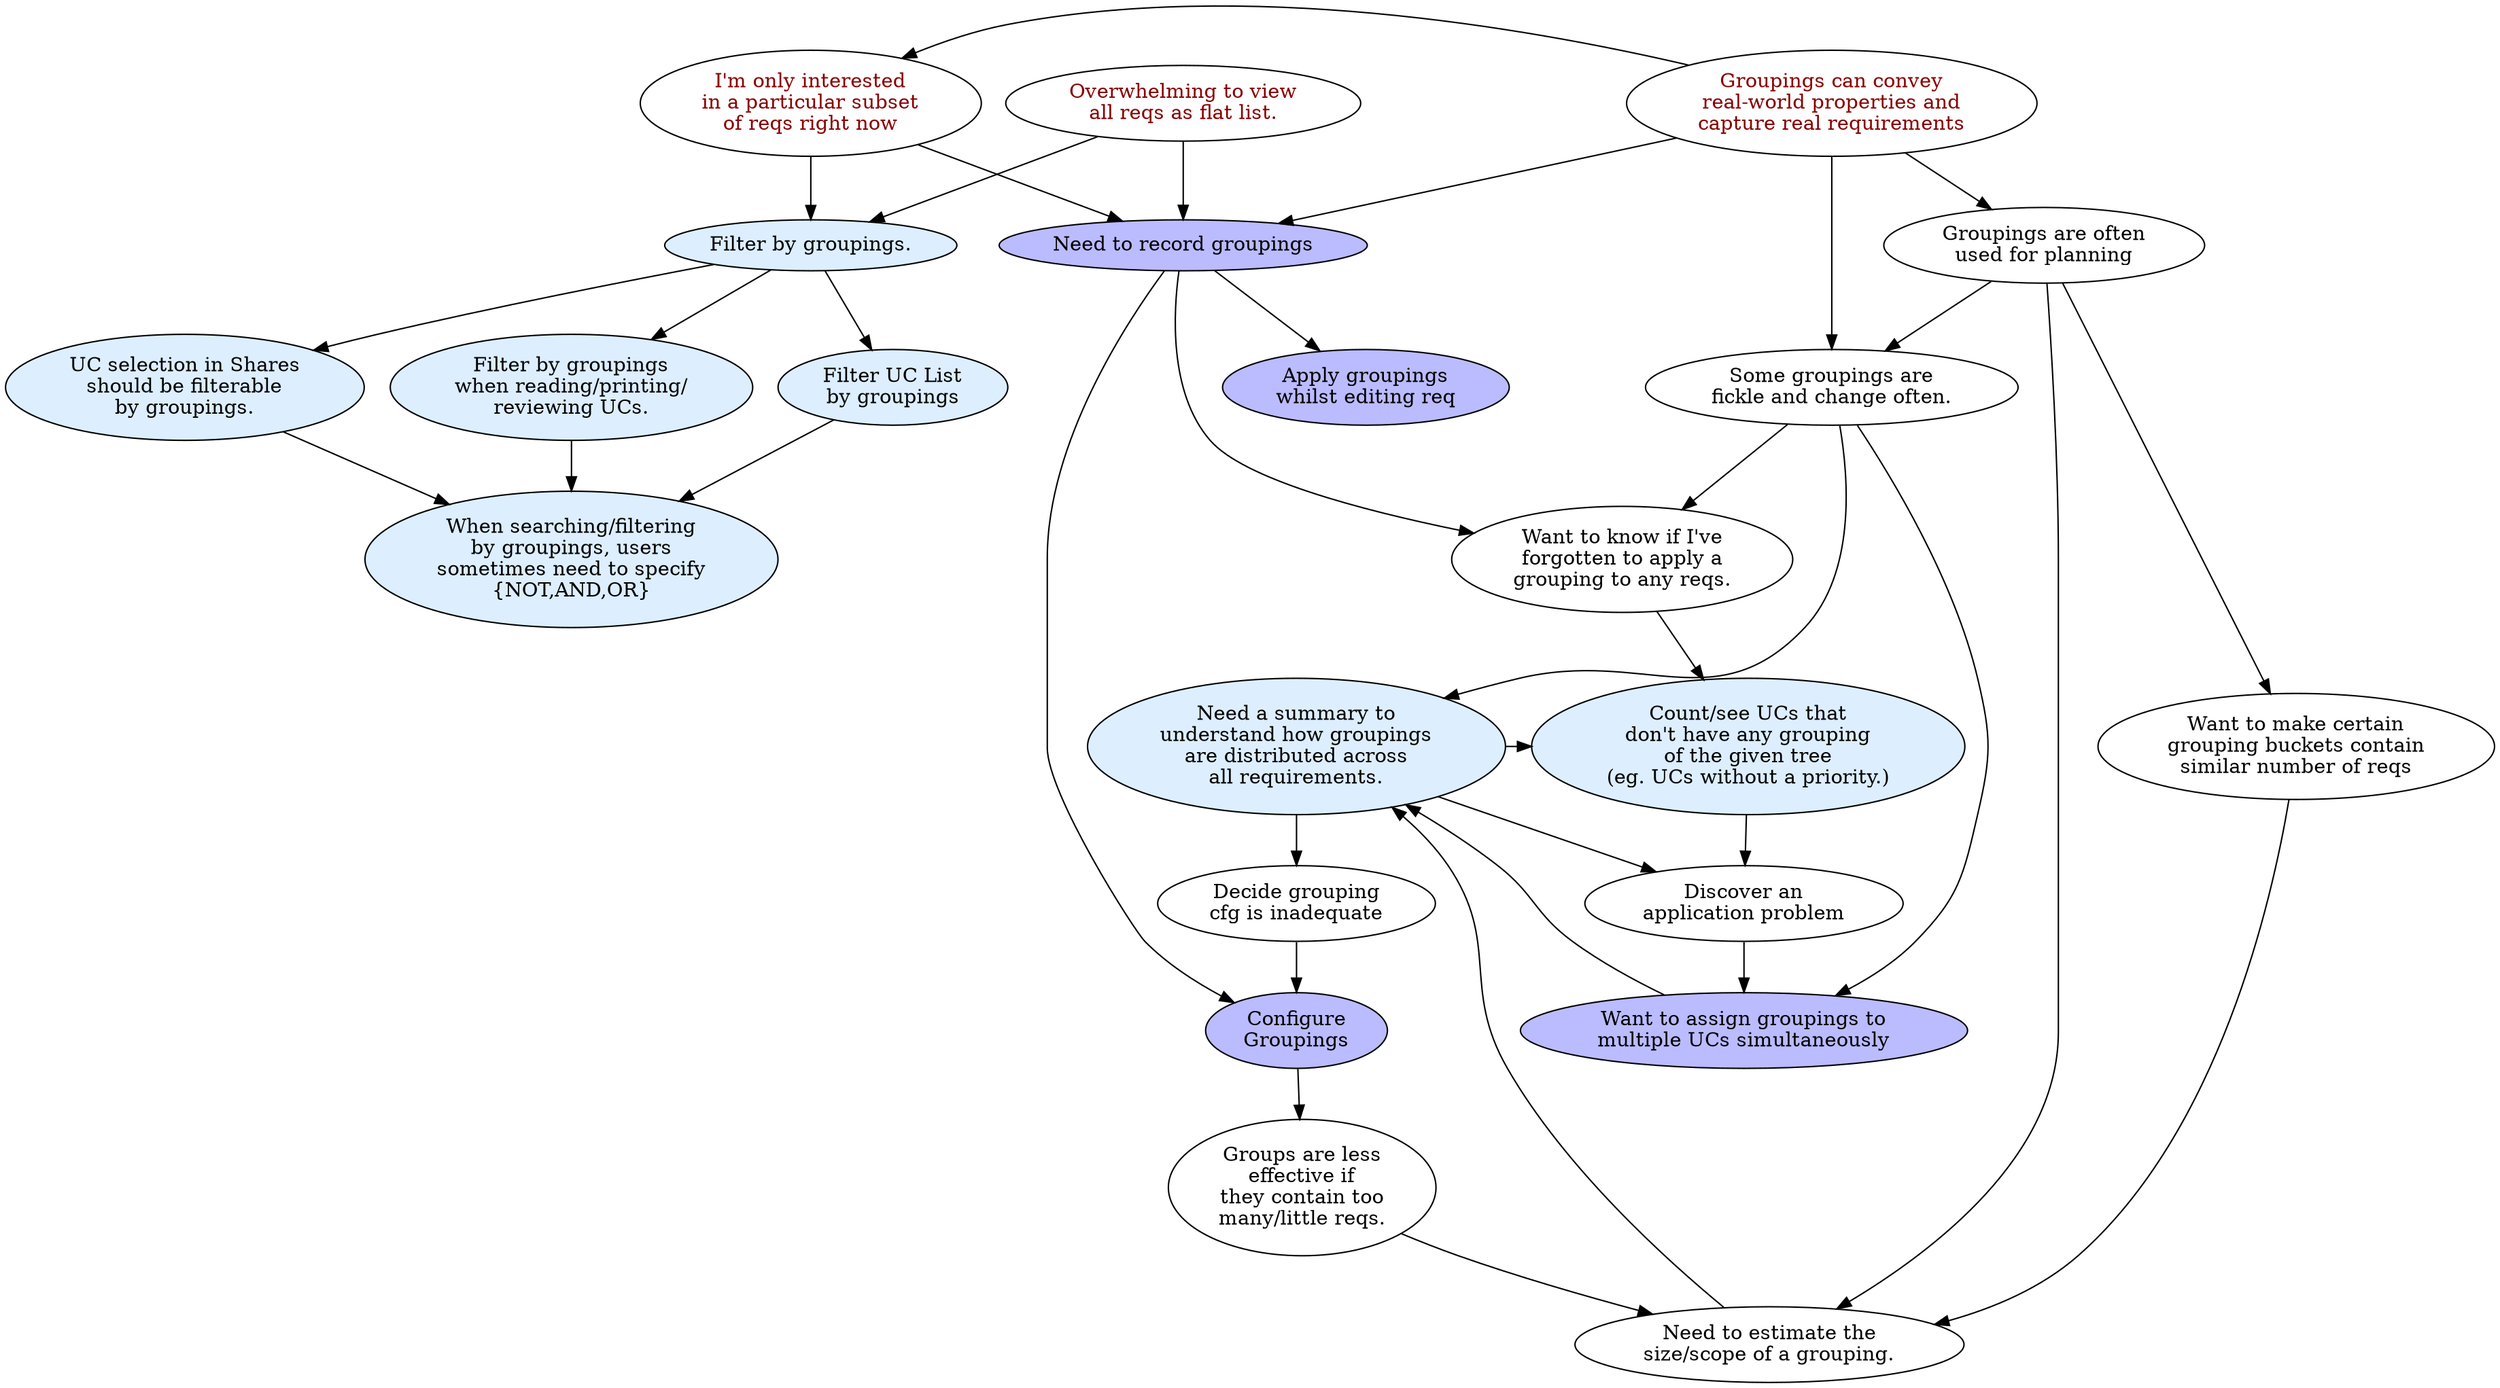
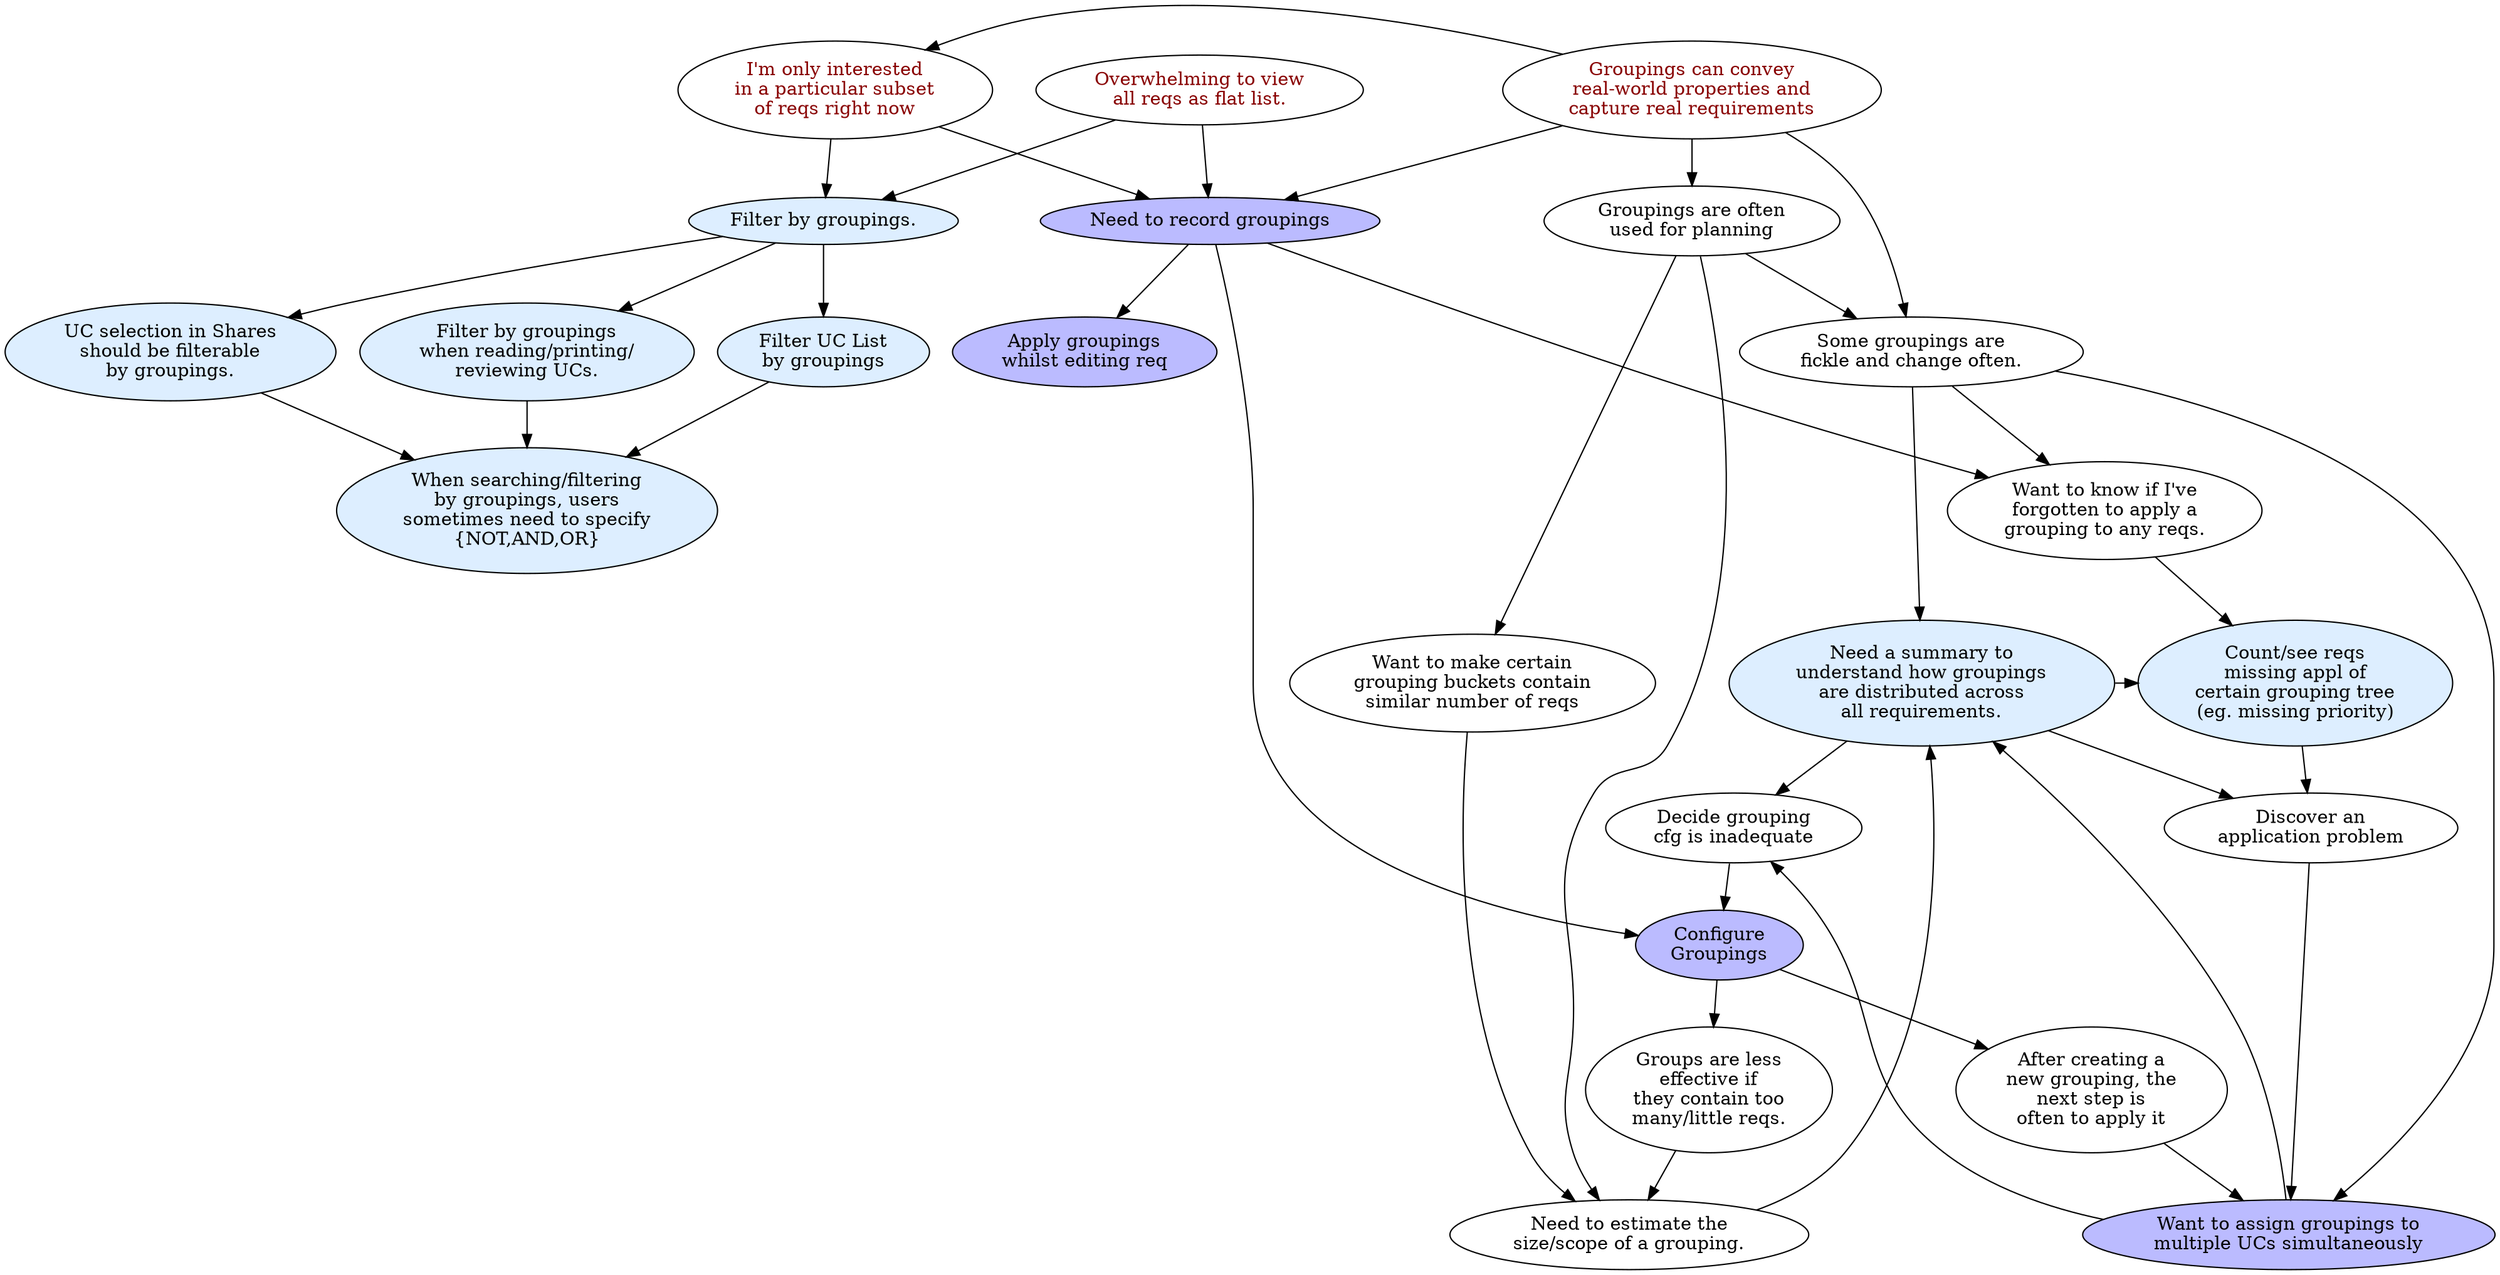
digraph G {
// rankdir=LR;

{ // TOP-LEVEL
rank=same;
node [fontcolor="#880000"]
  Interest [label="I'm only interested\nin a particular subset\nof reqs right now"]
  Overwhelming [label="Overwhelming to view\nall reqs as flat list."]
  RWM [label="Groupings can convey\nreal-world properties and\ncapture real requirements"]
}

EstSize [label="Need to estimate the\nsize/scope of a grouping."]
Fickle [label="Some groupings are\nfickle and change often."]
Planning [label="Groupings are often\nused for planning"]
Balance [label="Want to make certain\ngrouping buckets contain\nsimilar number of reqs"]
ForgotApply [label="Want to know if I've\nforgotten to apply a\ngrouping to any reqs."]
SeeProb [label="Discover an\napplication problem"]
OverUnderUsed [label="Groups are less\neffective if\nthey contain too\nmany/little reqs."]
InadeqCfg [label="Decide grouping\ncfg is inadequate"]
+ CfgThenApply [label="After creating a\nnew grouping, the\nnext step is\noften to apply it"]

{ // FUNCTIONALITY [R]
node [style=filled,fillcolor="#ddeeff"]
  BooleanFilterOps [label="When searching/filtering\nby groupings, users\nsometimes need to specify\n{NOT,AND,OR}"]
  Filter [label="Filter by groupings."]
  FilterS [label="UC selection in Shares\nshould be filterable\nby groupings."]
  FilterR [label="Filter by groupings\nwhen reading/printing/\nreviewing UCs."]
  FilterUCL [label="Filter UC List\nby groupings"]
{rank=same;
  Overview [label="Need a summary to\nunderstand how groupings\nare distributed across\nall requirements."]
-   SeeMissing [label="Count/see UCs that\ndon't have any grouping\nof the given tree\n(eg. UCs without a priority.)"]
+   SeeMissing [label="Count/see reqs\nmissing appl of\ncertain grouping tree\n(eg. missing priority)"]
}
}

{ // FUNCTIONALITY [W]
node [style=filled,fillcolor="#bbbbff"]
  Store [label="Need to record groupings"]
  BulkApply [label="Want to assign groupings to\nmultiple UCs simultaneously"]
  Apply [label="Apply groupings\nwhilst editing req"]
  Cfg [label="Configure\nGroupings"]
}

{ // QUESTIONABLE
node [style=filled,fillcolor="#ffcccc"]
  // Browse [label="View and navigate\ntop-level Groupings as\n1st-class citizens"]
}

RWM -> Interest [constraint=false]
{Interest; Overwhelming} -> {Store; Filter}
Filter -> {FilterS; FilterR; FilterUCL} -> BooleanFilterOps
// EstSize -> Browse
Fickle -> BulkApply
RWM -> {Store; Fickle}
RWM -> Planning -> Fickle
{Balance; Planning} -> EstSize
Overview -> SeeMissing
Planning -> Balance
Fickle -> Overview
{Store; Fickle} -> ForgotApply -> SeeMissing
BulkApply -> Overview
EstSize -> Overview
{SeeMissing; Overview} -> SeeProb -> BulkApply
Store -> {Apply; Cfg}
Cfg -> OverUnderUsed -> EstSize
Overview -> InadeqCfg -> Cfg
+ BulkApply -> InadeqCfg [constraint=false]
+ Cfg -> CfgThenApply -> BulkApply

}
